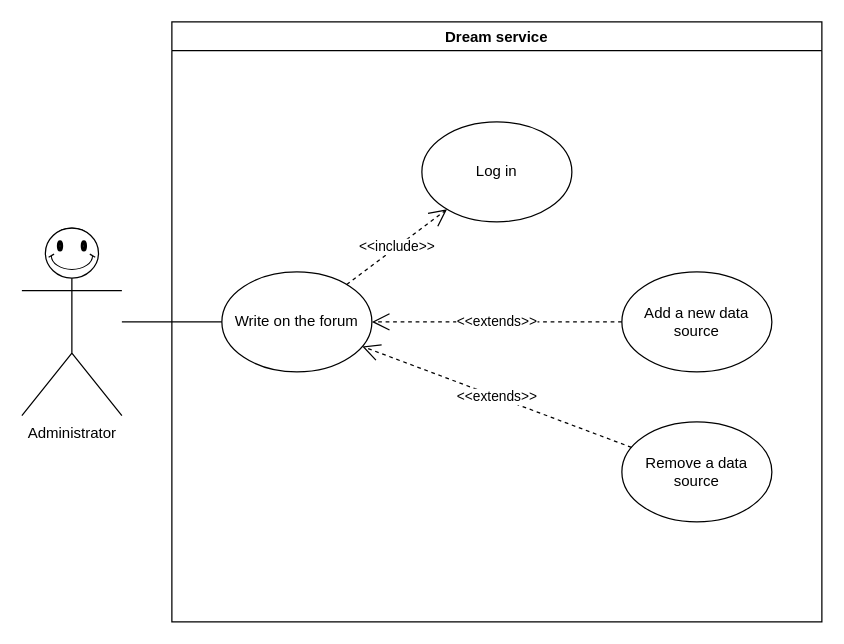
Above: page "Administrator" (3 of 4) of UseCase.drawio in matteovisotto/SE2-CecchettoSirianiVisotto (draw.io), before the change. Source tidied: cells renumbered, new cells numbered last; positions are measured from the earlier drawing's top-left corner, leaving out a move shared by most shapes. Both pictures are drawn from the tidied source at 125%, with x=0, y=0 at pixel (21, 21).
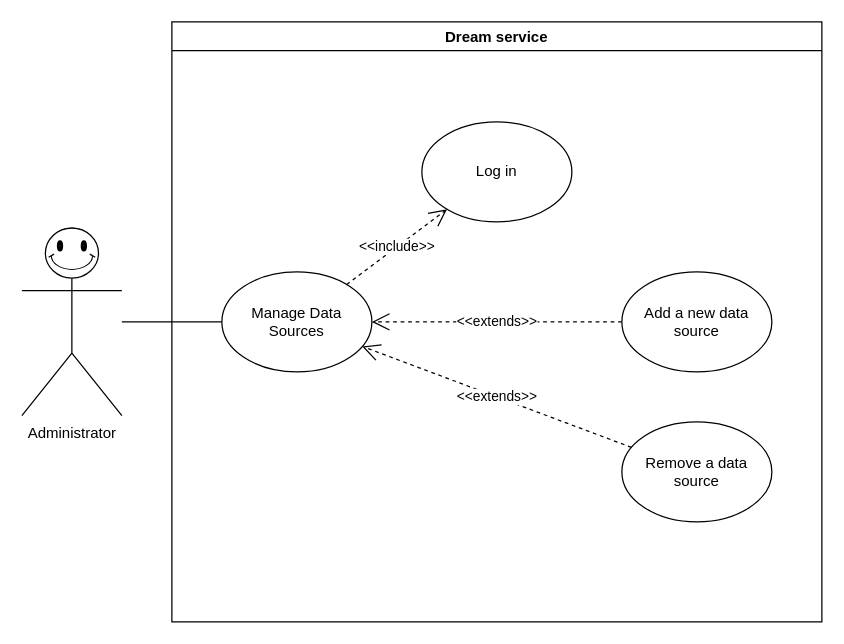
After the change.

The edit, as a diff of the source:
```diff
@@
 <mxGraphModel>
   <root>
     <mxCell id="0" />
     <mxCell id="1" parent="0" />
     <mxCell id="2" value="Administrator" style="shape=umlActor;verticalLabelPosition=bottom;verticalAlign=top;html=1;outlineConnect=0;" parent="1" vertex="1">
       <mxGeometry y="165" width="80" height="150" as="geometry" />
     </mxCell>
     <mxCell id="3" value="Dream service" style="swimlane;" parent="1" vertex="1">
       <mxGeometry x="120" width="520" height="480" as="geometry" />
     </mxCell>
     <mxCell id="4" value="Add a new data source" style="ellipse;whiteSpace=wrap;html=1;" parent="3" vertex="1">
       <mxGeometry x="360" y="200" width="120" height="80" as="geometry" />
     </mxCell>
     <mxCell id="5" value="Remove a data source" style="ellipse;whiteSpace=wrap;html=1;" parent="3" vertex="1">
       <mxGeometry x="360" y="320" width="120" height="80" as="geometry" />
     </mxCell>
     <mxCell id="6" value="Log in" style="ellipse;whiteSpace=wrap;html=1;" parent="3" vertex="1">
       <mxGeometry x="200" y="80" width="120" height="80" as="geometry" />
     </mxCell>
     <mxCell id="7" value="&amp;lt;&amp;lt;include&amp;gt;&amp;gt;" style="endArrow=open;endSize=12;dashed=1;html=1;rounded=0;" parent="3" edge="1" source="8" target="6">
       <mxGeometry relative="1" as="geometry" />
     </mxCell>
-    <mxCell id="8" value="Write on the forum" style="ellipse;whiteSpace=wrap;html=1;" parent="3" vertex="1">
+    <mxCell id="8" value="Manage Data Sources" style="ellipse;whiteSpace=wrap;html=1;" parent="3" vertex="1">
       <mxGeometry x="40" y="200" width="120" height="80" as="geometry" />
     </mxCell>
     <mxCell id="9" value="&amp;lt;&amp;lt;extends&amp;gt;&amp;gt;" style="endArrow=open;endSize=12;dashed=1;html=1;rounded=0;" parent="3" edge="1" source="4" target="8">
       <mxGeometry relative="1" as="geometry" />
     </mxCell>
     <mxCell id="10" value="&amp;lt;&amp;lt;extends&amp;gt;&amp;gt;" style="endArrow=open;endSize=12;dashed=1;html=1;rounded=0;" parent="3" edge="1" source="5" target="8">
       <mxGeometry relative="1" as="geometry" />
     </mxCell>
     <mxCell id="11" style="verticalLabelPosition=bottom;verticalAlign=top;html=1;shape=mxgraph.basic.smiley;" parent="1" vertex="1">
       <mxGeometry x="18.8" y="165" width="42.5" height="40" as="geometry" />
     </mxCell>
     <mxCell id="12" style="endArrow=none;html=1;rounded=0;" parent="1" edge="1" source="2" target="8">
       <mxGeometry relative="1" as="geometry" />
     </mxCell>
   </root>
 </mxGraphModel>
```
